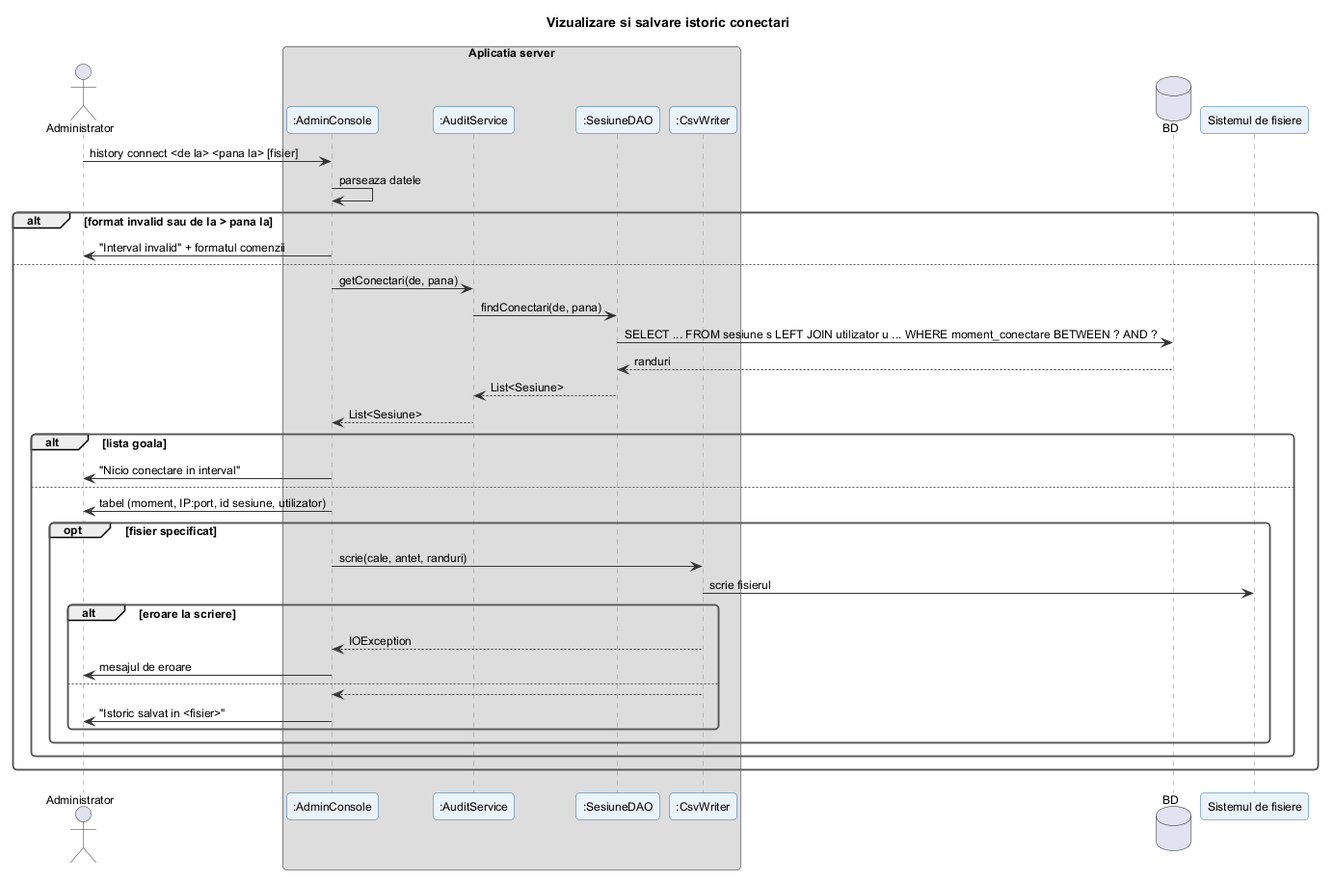
Above: docs/diagrame/6_secventa/istoric_conectari.png in filip-eanu/ProiectIS (PlantUML), before the change. Source of this version:
```plantuml
@startuml istoric_conectari
!include ../_stil.iuml
title Vizualizare si salvare istoric conectari

actor Administrator
box "Aplicatia server"
participant ":AdminConsole" as AC
participant ":AuditService" as AS
participant ":SesiuneDAO" as D
participant ":CsvWriter" as W
end box
database "BD" as DB
participant "Sistemul de fisiere" as FS

Administrator -> AC : history connect <de la> <pana la> [fisier]
AC -> AC : parseaza datele
alt format invalid sau de la > pana la
  AC -> Administrator : "Interval invalid" + formatul comenzii
else
  AC -> AS : getConectari(de, pana)
  AS -> D : findConectari(de, pana)
  D -> DB : SELECT ... FROM sesiune s LEFT JOIN utilizator u ... WHERE moment_conectare BETWEEN ? AND ?
  DB --> D : randuri
  D --> AS : List<Sesiune>
  AS --> AC : List<Sesiune>
  alt lista goala
    AC -> Administrator : "Nicio conectare in interval"
  else
    AC -> Administrator : tabel (moment, IP:port, id sesiune, utilizator)
    opt fisier specificat
      AC -> W : scrie(cale, antet, randuri)
      W -> FS : scrie fisierul
      alt eroare la scriere
        W --> AC : IOException
        AC -> Administrator : mesajul de eroare
      else
        W --> AC
        AC -> Administrator : "Istoric salvat in <fisier>"
      end
    end
  end
end
@enduml
```
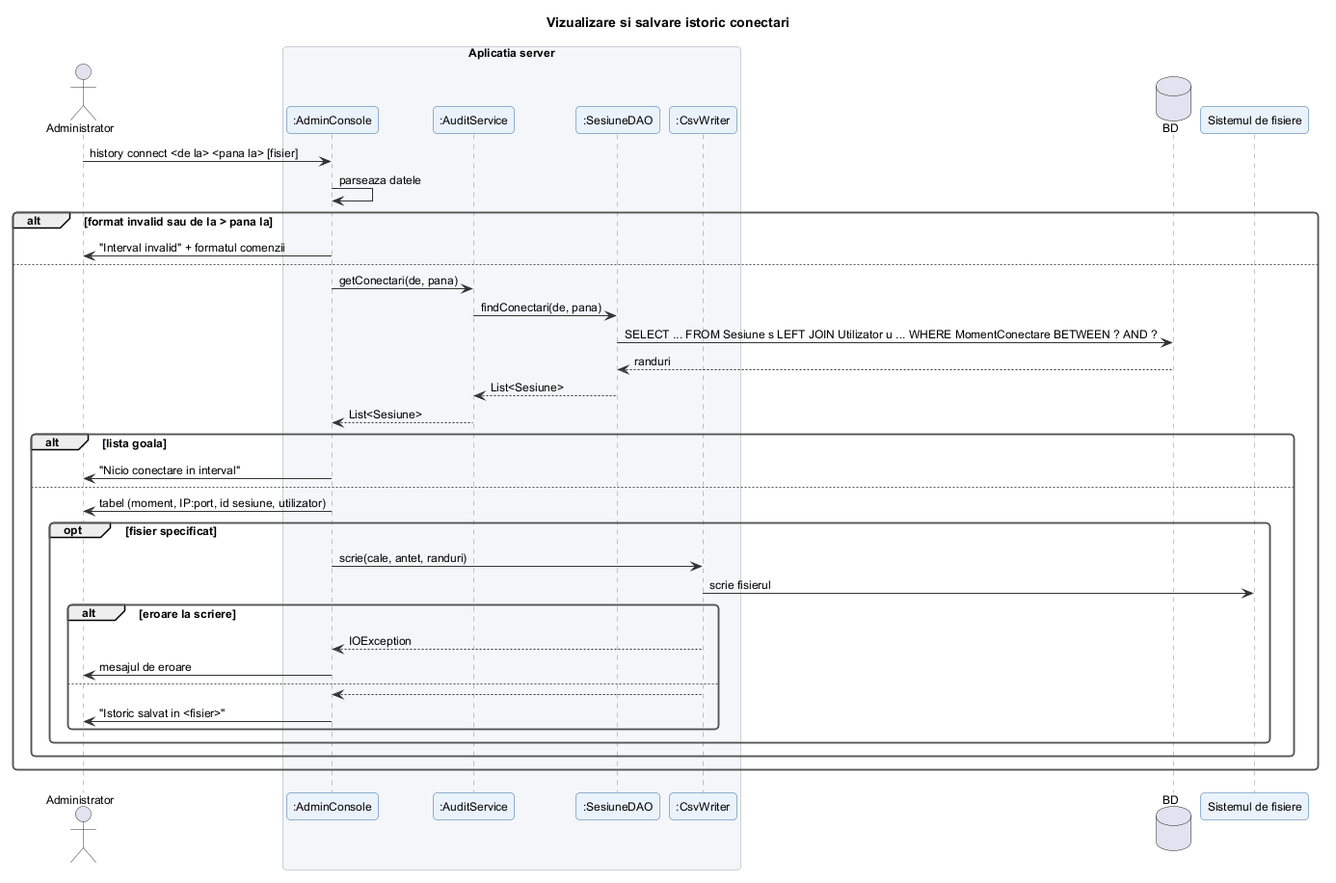
After the commit.

The edit, as a diff of the source:
```diff
@@ -19,7 +19,7 @@
 else
   AC -> AS : getConectari(de, pana)
   AS -> D : findConectari(de, pana)
-  D -> DB : SELECT ... FROM sesiune s LEFT JOIN utilizator u ... WHERE moment_conectare BETWEEN ? AND ?
+  D -> DB : SELECT ... FROM Sesiune s LEFT JOIN Utilizator u ... WHERE MomentConectare BETWEEN ? AND ?
   DB --> D : randuri
   D --> AS : List<Sesiune>
   AS --> AC : List<Sesiune>
```
